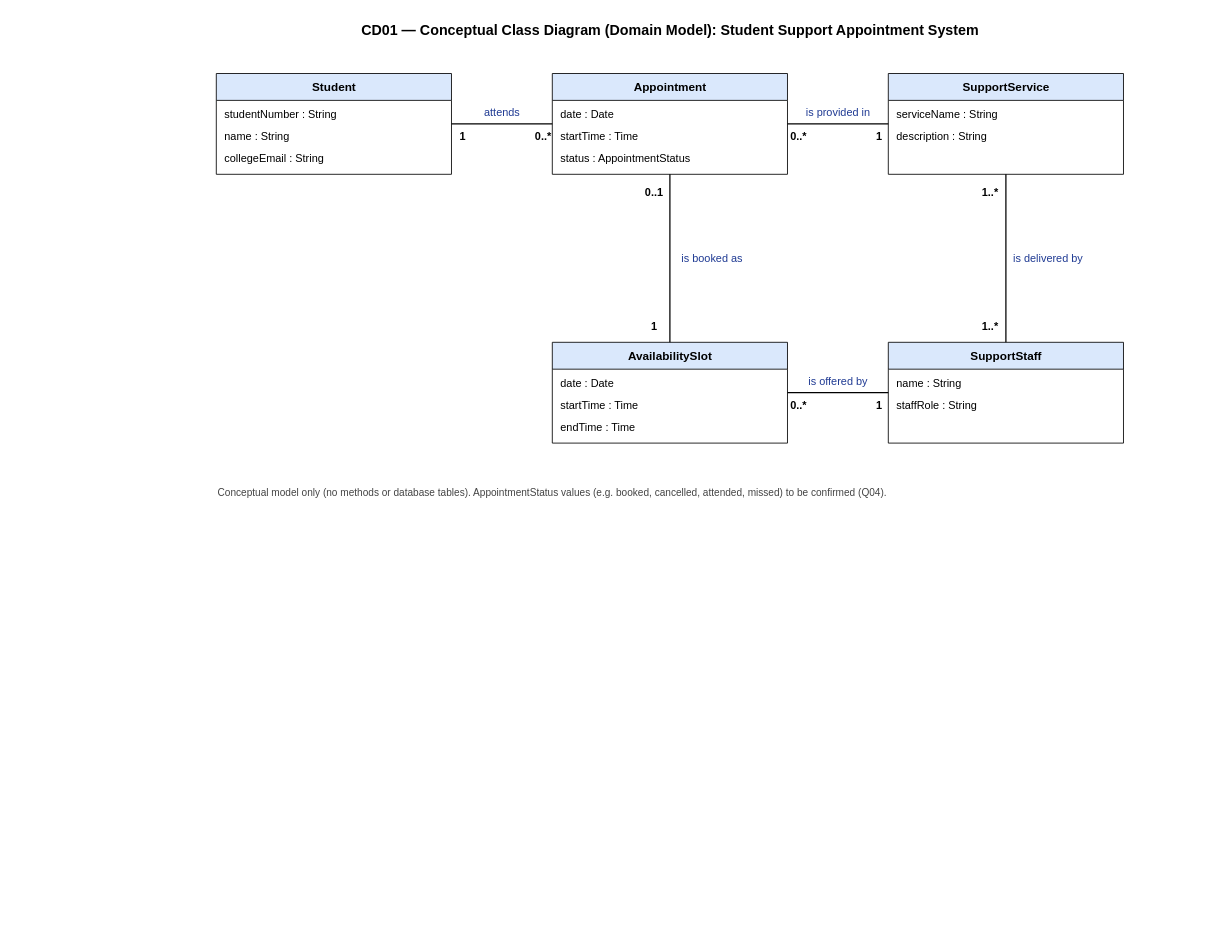
Earlier version of the draw.io diagram project/diagrams/CD01-class-diagram.drawio (ahhsurelookit/Requirements-Engineering-Project). Source tidied: cells renumbered, new cells numbered last; positions are measured from the earlier drawing's top-left corner, leaving out a move shared by most shapes. Both pictures are drawn from the tidied source at 84%, with x=0, y=0 at pixel (216, 14).
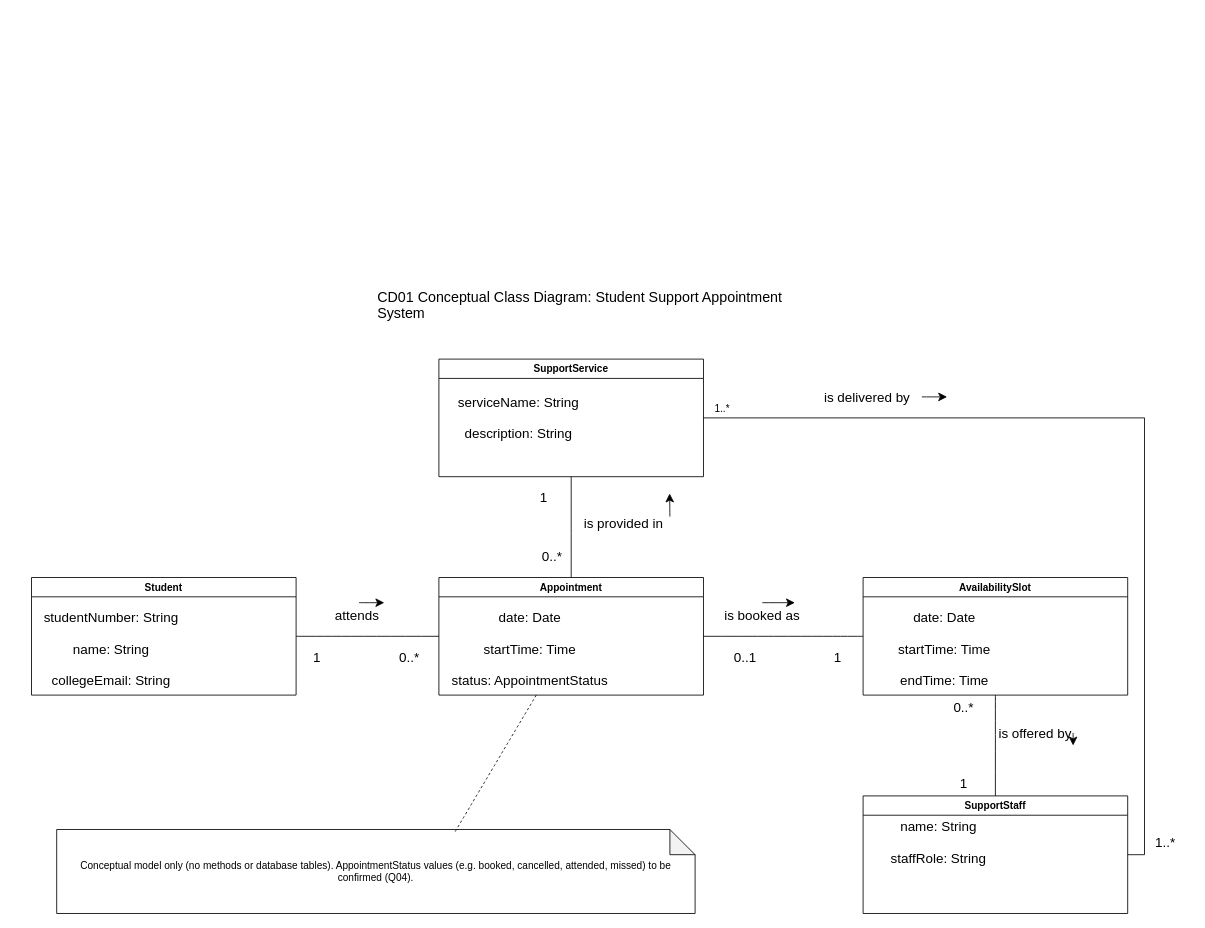
The same page after the edit.

Change to the diagram source:
```diff
@@
-    <mxCell id="2" value="CD01 — Conceptual Class Diagram (Domain Model): Student Support Appointment System" style="text;html=1;align=center;verticalAlign=middle;fontStyle=1;fontSize=17;" parent="1" vertex="1">
-      <mxGeometry width="1080" height="40" as="geometry" />
-    </mxCell>
+    <mxCell id="37" style="edgeStyle=none;curved=1;rounded=0;curveGeometry=1;jettySize=auto;html=1;entryX=0.5;entryY=0;entryDx=0;entryDy=0;fontSize=12;defaultLabelBackgroundColor=page;labelPadding=0 4;startSize=8;endSize=8;endArrow=none;endFill=0;fontColor=default;" parent="1" edge="1" source="11" target="7">
+      <mxGeometry relative="1" as="geometry" />
+    </mxCell>
+    <mxCell id="38" style="edgeStyle=orthogonalEdgeStyle;rounded=0;jettySize=auto;html=1;fontSize=12;defaultLabelBackgroundColor=page;labelPadding=0 4;startSize=8;endSize=8;entryX=1;entryY=0.5;entryDx=0;entryDy=0;fontColor=default;endArrow=none;endFill=0;" parent="1" edge="1" source="11" target="18">
+      <mxGeometry x="-0.43" relative="1" as="geometry" />
+    </mxCell>
+    <mxCell id="39" value="1..*" style="edgeLabel;html=1;align=center;verticalAlign=middle;inheritText=1;fontSize=12;defaultLabelBackgroundColor=page;labelPadding=0 4;" parent="38" vertex="1">
+      <mxGeometry x="-0.96" y="11" relative="1" as="geometry" />
+    </mxCell>
+    <mxCell id="11" value="SupportService" style="swimlane;whiteSpace=wrap;html=1;labelBackgroundColor=none;" parent="1" vertex="1">
+      <mxGeometry x="265" y="410" width="315" height="140" as="geometry" />
+    </mxCell>
+    <mxCell id="40" value="serviceName: String&lt;div&gt;&lt;br&gt;&lt;/div&gt;&lt;div&gt;description: String&lt;/div&gt;" style="text;html=1;whiteSpace=wrap;strokeColor=none;fillColor=none;align=center;verticalAlign=middle;rounded=0;fontSize=16;labelBackgroundColor=none;" parent="11" vertex="1">
+      <mxGeometry x="15" y="55" width="160" height="30" as="geometry" />
+    </mxCell>
+    <mxCell id="41" style="edgeStyle=none;curved=1;rounded=0;curveGeometry=1;jettySize=auto;html=1;entryX=1;entryY=0.5;entryDx=0;entryDy=0;fontSize=12;defaultLabelBackgroundColor=page;labelPadding=0 4;startSize=8;endSize=8;endArrow=none;endFill=0;fontColor=default;" parent="1" edge="1" source="14" target="7">
+      <mxGeometry relative="1" as="geometry" />
+    </mxCell>
+    <mxCell id="42" style="edgeStyle=none;curved=1;rounded=0;curveGeometry=1;jettySize=auto;html=1;entryX=0.5;entryY=0;entryDx=0;entryDy=0;fontSize=12;defaultLabelBackgroundColor=page;labelPadding=0 4;startSize=8;endSize=8;endArrow=none;endFill=0;fontColor=default;" parent="1" edge="1" source="14" target="18">
+      <mxGeometry relative="1" as="geometry" />
+    </mxCell>
+    <mxCell id="14" value="AvailabilitySlot" style="swimlane;whiteSpace=wrap;html=1;labelBackgroundColor=none;" parent="1" vertex="1">
+      <mxGeometry x="770" y="670" width="315" height="140" as="geometry" />
+    </mxCell>
+    <mxCell id="43" value="date: Date&lt;div&gt;&lt;br&gt;&lt;/div&gt;&lt;div&gt;startTime: Time&lt;/div&gt;&lt;div&gt;&lt;br&gt;&lt;/div&gt;&lt;div&gt;endTime: Time&lt;/div&gt;" style="text;html=1;whiteSpace=wrap;strokeColor=none;fillColor=none;align=center;verticalAlign=middle;rounded=0;fontSize=16;labelBackgroundColor=none;" parent="14" vertex="1">
+      <mxGeometry x="17" y="70" width="160" height="30" as="geometry" />
+    </mxCell>
+    <mxCell id="7" value="Appointment" style="swimlane;whiteSpace=wrap;html=1;labelBackgroundColor=none;" parent="1" vertex="1">
+      <mxGeometry x="265" y="670" width="315" height="140" as="geometry" />
+    </mxCell>
+    <mxCell id="44" value="date: Date&lt;div&gt;&lt;br&gt;&lt;/div&gt;&lt;div&gt;startTime: Time&lt;/div&gt;&lt;div&gt;&lt;br&gt;&lt;/div&gt;&lt;div&gt;status: AppointmentStatus&lt;/div&gt;" style="text;html=1;whiteSpace=wrap;strokeColor=none;fillColor=none;align=center;verticalAlign=middle;rounded=0;fontSize=16;labelBackgroundColor=none;" parent="7" vertex="1">
+      <mxGeometry x="-19" y="70" width="255" height="30" as="geometry" />
+    </mxCell>
+    <mxCell id="21" style="edgeStyle=none;curved=1;rounded=0;curveGeometry=1;jettySize=auto;html=1;entryX=0;entryY=0.5;entryDx=0;entryDy=0;fontSize=12;defaultLabelBackgroundColor=page;labelPadding=0 4;startSize=8;endSize=8;endArrow=none;endFill=0;fontColor=default;" parent="1" edge="1" source="3" target="7">
+      <mxGeometry relative="1" as="geometry" />
+    </mxCell>
-    <mxCell id="3" value="Student" style="swimlane;html=1;fontStyle=1;fontSize=14;align=center;startSize=32;fillColor=#dae8fc;strokeColor=#000000;swimlaneFillColor=#ffffff;" parent="1" vertex="1">
-      <mxGeometry y="70" width="280" height="120" as="geometry" />
+    <mxCell id="3" value="Student" style="swimlane;whiteSpace=wrap;html=1;labelBackgroundColor=none;" parent="1" vertex="1">
+      <mxGeometry x="-220" y="670" width="315" height="140" as="geometry" />
     </mxCell>
-    <mxCell id="4" value="studentNumber : String" style="text;html=1;strokeColor=none;fillColor=none;align=left;verticalAlign=middle;spacingLeft=8;fontSize=13;" parent="3" vertex="1">
-      <mxGeometry y="36" width="280" height="26" as="geometry" />
-    </mxCell>
-    <mxCell id="5" value="name : String" style="text;html=1;strokeColor=none;fillColor=none;align=left;verticalAlign=middle;spacingLeft=8;fontSize=13;" parent="3" vertex="1">
-      <mxGeometry y="62" width="280" height="26" as="geometry" />
-    </mxCell>
-    <mxCell id="6" value="collegeEmail : String" style="text;html=1;strokeColor=none;fillColor=none;align=left;verticalAlign=middle;spacingLeft=8;fontSize=13;" parent="3" vertex="1">
-      <mxGeometry y="88" width="280" height="26" as="geometry" />
-    </mxCell>
-    <mxCell id="7" value="Appointment" style="swimlane;html=1;fontStyle=1;fontSize=14;align=center;startSize=32;fillColor=#dae8fc;strokeColor=#000000;swimlaneFillColor=#ffffff;" parent="1" vertex="1">
-      <mxGeometry x="400" y="70" width="280" height="120" as="geometry" />
-    </mxCell>
-    <mxCell id="8" value="date : Date" style="text;html=1;strokeColor=none;fillColor=none;align=left;verticalAlign=middle;spacingLeft=8;fontSize=13;" parent="7" vertex="1">
-      <mxGeometry y="36" width="280" height="26" as="geometry" />
-    </mxCell>
-    <mxCell id="9" value="startTime : Time" style="text;html=1;strokeColor=none;fillColor=none;align=left;verticalAlign=middle;spacingLeft=8;fontSize=13;" parent="7" vertex="1">
-      <mxGeometry y="62" width="280" height="26" as="geometry" />
-    </mxCell>
-    <mxCell id="10" value="status : AppointmentStatus" style="text;html=1;strokeColor=none;fillColor=none;align=left;verticalAlign=middle;spacingLeft=8;fontSize=13;" parent="7" vertex="1">
-      <mxGeometry y="88" width="280" height="26" as="geometry" />
-    </mxCell>
-    <mxCell id="11" value="SupportService" style="swimlane;html=1;fontStyle=1;fontSize=14;align=center;startSize=32;fillColor=#dae8fc;strokeColor=#000000;swimlaneFillColor=#ffffff;" parent="1" vertex="1">
-      <mxGeometry x="800" y="70" width="280" height="120" as="geometry" />
-    </mxCell>
-    <mxCell id="12" value="serviceName : String" style="text;html=1;strokeColor=none;fillColor=none;align=left;verticalAlign=middle;spacingLeft=8;fontSize=13;" parent="11" vertex="1">
-      <mxGeometry y="36" width="280" height="26" as="geometry" />
-    </mxCell>
-    <mxCell id="13" value="description : String" style="text;html=1;strokeColor=none;fillColor=none;align=left;verticalAlign=middle;spacingLeft=8;fontSize=13;" parent="11" vertex="1">
-      <mxGeometry y="62" width="280" height="26" as="geometry" />
-    </mxCell>
-    <mxCell id="14" value="AvailabilitySlot" style="swimlane;html=1;fontStyle=1;fontSize=14;align=center;startSize=32;fillColor=#dae8fc;strokeColor=#000000;swimlaneFillColor=#ffffff;" parent="1" vertex="1">
-      <mxGeometry x="400" y="390" width="280" height="120" as="geometry" />
-    </mxCell>
-    <mxCell id="15" value="date : Date" style="text;html=1;strokeColor=none;fillColor=none;align=left;verticalAlign=middle;spacingLeft=8;fontSize=13;" parent="14" vertex="1">
-      <mxGeometry y="36" width="280" height="26" as="geometry" />
-    </mxCell>
-    <mxCell id="16" value="startTime : Time" style="text;html=1;strokeColor=none;fillColor=none;align=left;verticalAlign=middle;spacingLeft=8;fontSize=13;" parent="14" vertex="1">
-      <mxGeometry y="62" width="280" height="26" as="geometry" />
-    </mxCell>
-    <mxCell id="17" value="endTime : Time" style="text;html=1;strokeColor=none;fillColor=none;align=left;verticalAlign=middle;spacingLeft=8;fontSize=13;" parent="14" vertex="1">
-      <mxGeometry y="88" width="280" height="26" as="geometry" />
-    </mxCell>
+    <mxCell id="45" value="studentNumber: String&lt;div&gt;&lt;br&gt;&lt;/div&gt;&lt;div&gt;name: String&lt;/div&gt;&lt;div&gt;&lt;br&gt;&lt;/div&gt;&lt;div&gt;collegeEmail: String&lt;/div&gt;" style="text;html=1;whiteSpace=wrap;strokeColor=none;fillColor=none;align=center;verticalAlign=middle;rounded=0;fontSize=16;labelBackgroundColor=none;" parent="3" vertex="1">
+      <mxGeometry x="-20" y="70" width="230" height="30" as="geometry" />
+    </mxCell>
-    <mxCell id="18" value="SupportStaff" style="swimlane;html=1;fontStyle=1;fontSize=14;align=center;startSize=32;fillColor=#dae8fc;strokeColor=#000000;swimlaneFillColor=#ffffff;" parent="1" vertex="1">
-      <mxGeometry x="800" y="390" width="280" height="120" as="geometry" />
+    <mxCell id="18" value="SupportStaff" style="swimlane;whiteSpace=wrap;html=1;labelBackgroundColor=none;" parent="1" vertex="1">
+      <mxGeometry x="770" y="930" width="315" height="140" as="geometry" />
     </mxCell>
-    <mxCell id="19" value="name : String" style="text;html=1;strokeColor=none;fillColor=none;align=left;verticalAlign=middle;spacingLeft=8;fontSize=13;" parent="18" vertex="1">
-      <mxGeometry y="36" width="280" height="26" as="geometry" />
-    </mxCell>
-    <mxCell id="20" value="staffRole : String" style="text;html=1;strokeColor=none;fillColor=none;align=left;verticalAlign=middle;spacingLeft=8;fontSize=13;" parent="18" vertex="1">
-      <mxGeometry y="62" width="280" height="26" as="geometry" />
-    </mxCell>
-    <mxCell id="21" value="attends" style="endArrow=none;startArrow=none;html=1;rounded=0;strokeWidth=1.5;fontSize=13;fontColor=#1f3a93;labelBackgroundColor=#ffffff;exitX=1;exitY=0.5;exitDx=0;exitDy=0;entryX=0;entryY=0.5;entryDx=0;entryDy=0;" parent="1" edge="1" source="3" target="7">
-      <mxGeometry relative="1" as="geometry">
-        <mxPoint y="-14" as="offset" />
-      </mxGeometry>
-    </mxCell>
-    <mxCell id="22" value="1" style="edgeLabel;html=1;align=center;verticalAlign=middle;fontStyle=1;fontSize=13;labelBackgroundColor=none;" parent="21" vertex="1">
-      <mxGeometry x="-0.8" relative="1" as="geometry">
-        <mxPoint y="14" as="offset" />
-      </mxGeometry>
-    </mxCell>
-    <mxCell id="23" value="0..*" style="edgeLabel;html=1;align=center;verticalAlign=middle;fontStyle=1;fontSize=13;labelBackgroundColor=none;" parent="21" vertex="1">
-      <mxGeometry x="0.8" relative="1" as="geometry">
-        <mxPoint y="14" as="offset" />
-      </mxGeometry>
-    </mxCell>
+    <mxCell id="46" value="name: String&lt;div&gt;&lt;br&gt;&lt;/div&gt;&lt;div&gt;staffRole: String&lt;/div&gt;" style="text;html=1;whiteSpace=wrap;strokeColor=none;fillColor=none;align=center;verticalAlign=middle;rounded=0;fontSize=16;labelBackgroundColor=none;" parent="1" vertex="1">
+      <mxGeometry x="780" y="970" width="160" height="30" as="geometry" />
+    </mxCell>
+    <mxCell id="36" value="Conceptual model only (no methods or database tables). AppointmentStatus values (e.g. booked, cancelled, attended, missed) to be confirmed (Q04)." style="shape=note;whiteSpace=wrap;html=1;backgroundOutline=1;darkOpacity=0.05;labelBackgroundColor=none;" parent="1" vertex="1">
+      <mxGeometry x="-190" y="970" width="760" height="100" as="geometry" />
+    </mxCell>
+    <mxCell id="47" value="attend&lt;span style=&quot;background-color: transparent; color: light-dark(#000000, var(--ge-light-color, #ffffff));&quot;&gt;s&amp;nbsp;&lt;/span&gt;" style="text;html=1;whiteSpace=wrap;strokeColor=none;fillColor=none;align=center;verticalAlign=middle;rounded=0;fontSize=16;labelBackgroundColor=none;" parent="1" vertex="1">
+      <mxGeometry x="140" y="700" width="60" height="30" as="geometry" />
+    </mxCell>
+    <mxCell id="48" style="edgeStyle=orthogonalEdgeStyle;curved=1;rounded=0;curveGeometry=1;orthogonalLoop=1;jettySize=auto;html=1;innerLoopWaypoints=1;exitX=0.5;exitY=0;exitDx=0;exitDy=0;entryX=1;entryY=0;entryDx=0;entryDy=0;fontSize=12;defaultLabelBackgroundColor=page;labelPadding=0 4;startSize=8;endSize=8;fontColor=default;" parent="1" edge="1" source="47" target="47">
+      <mxGeometry relative="1" as="geometry" />
+    </mxCell>
+    <mxCell id="49" style="edgeStyle=none;curved=1;rounded=0;curveGeometry=1;jettySize=auto;html=1;exitX=1;exitY=0.25;exitDx=0;exitDy=0;fontSize=12;defaultLabelBackgroundColor=page;labelPadding=0 4;startSize=8;endSize=8;fontColor=default;" parent="1" edge="1" source="24">
+      <mxGeometry relative="1" as="geometry">
+        <mxPoint x="539.7" y="570" as="targetPoint" />
+      </mxGeometry>
+    </mxCell>
-    <mxCell id="24" value="is provided in" style="endArrow=none;startArrow=none;html=1;rounded=0;strokeWidth=1.5;fontSize=13;fontColor=#1f3a93;labelBackgroundColor=#ffffff;exitX=1;exitY=0.5;exitDx=0;exitDy=0;entryX=0;entryY=0.5;entryDx=0;entryDy=0;" parent="1" edge="1" source="7" target="11">
-      <mxGeometry relative="1" as="geometry">
-        <mxPoint y="-14" as="offset" />
-      </mxGeometry>
+    <mxCell id="24" value="is provided in" style="text;html=1;whiteSpace=wrap;strokeColor=none;fillColor=none;align=center;verticalAlign=middle;rounded=0;fontSize=16;labelBackgroundColor=none;" parent="1" vertex="1">
+      <mxGeometry x="430" y="590" width="110" height="30" as="geometry" />
     </mxCell>
-    <mxCell id="25" value="0..*" style="edgeLabel;html=1;align=center;verticalAlign=middle;fontStyle=1;fontSize=13;labelBackgroundColor=none;" parent="24" vertex="1">
-      <mxGeometry x="-0.8" relative="1" as="geometry">
-        <mxPoint y="14" as="offset" />
-      </mxGeometry>
-    </mxCell>
-    <mxCell id="26" value="1" style="edgeLabel;html=1;align=center;verticalAlign=middle;fontStyle=1;fontSize=13;labelBackgroundColor=none;" parent="24" vertex="1">
-      <mxGeometry x="0.8" relative="1" as="geometry">
-        <mxPoint y="14" as="offset" />
-      </mxGeometry>
-    </mxCell>
-    <mxCell id="27" value="is booked as" style="endArrow=none;startArrow=none;html=1;rounded=0;strokeWidth=1.5;fontSize=13;fontColor=#1f3a93;labelBackgroundColor=#ffffff;exitX=0.5;exitY=1;exitDx=0;exitDy=0;entryX=0.5;entryY=0;entryDx=0;entryDy=0;" parent="1" edge="1" source="7" target="14">
-      <mxGeometry relative="1" as="geometry">
-        <mxPoint x="50" as="offset" />
-      </mxGeometry>
+    <mxCell id="27" value="is booked as" style="text;html=1;whiteSpace=wrap;strokeColor=none;fillColor=none;align=center;verticalAlign=middle;rounded=0;fontSize=16;labelBackgroundColor=none;" parent="1" vertex="1">
+      <mxGeometry x="600" y="700" width="100" height="30" as="geometry" />
     </mxCell>
+    <mxCell id="50" style="edgeStyle=orthogonalEdgeStyle;curved=1;rounded=0;curveGeometry=1;orthogonalLoop=1;jettySize=auto;html=1;innerLoopWaypoints=1;exitX=0.5;exitY=0;exitDx=0;exitDy=0;entryX=0.888;entryY=-0.021;entryDx=0;entryDy=0;entryPerimeter=0;fontSize=12;defaultLabelBackgroundColor=page;labelPadding=0 4;startSize=8;endSize=8;fontColor=default;" parent="1" edge="1" source="27" target="27">
+      <mxGeometry relative="1" as="geometry" />
+    </mxCell>
+    <mxCell id="30" value="is offered by" style="text;html=1;whiteSpace=wrap;strokeColor=none;fillColor=none;align=center;verticalAlign=middle;rounded=0;fontSize=16;labelBackgroundColor=none;" parent="1" vertex="1">
+      <mxGeometry x="930" y="840" width="90" height="30" as="geometry" />
+    </mxCell>
+    <mxCell id="51" style="edgeStyle=orthogonalEdgeStyle;curved=1;rounded=0;curveGeometry=1;orthogonalLoop=1;jettySize=auto;html=1;innerLoopWaypoints=1;exitX=1;exitY=0.5;exitDx=0;exitDy=0;entryX=1;entryY=1;entryDx=0;entryDy=0;fontSize=12;defaultLabelBackgroundColor=page;labelPadding=0 4;startSize=8;endSize=8;fontColor=default;" parent="1" edge="1" source="30" target="30">
+      <mxGeometry relative="1" as="geometry" />
+    </mxCell>
+    <mxCell id="52" value="1" style="text;html=1;whiteSpace=wrap;strokeColor=none;fillColor=none;align=center;verticalAlign=middle;rounded=0;fontSize=16;labelBackgroundColor=none;" parent="1" vertex="1">
+      <mxGeometry x="860" y="900" width="60" height="30" as="geometry" />
+    </mxCell>
+    <mxCell id="53" value="0..*" style="text;html=1;whiteSpace=wrap;strokeColor=none;fillColor=none;align=center;verticalAlign=middle;rounded=0;fontSize=16;labelBackgroundColor=none;" parent="1" vertex="1">
+      <mxGeometry x="860" y="810" width="60" height="30" as="geometry" />
+    </mxCell>
+    <mxCell id="54" value="0..*" style="text;html=1;whiteSpace=wrap;strokeColor=none;fillColor=none;align=center;verticalAlign=middle;rounded=0;fontSize=16;labelBackgroundColor=none;" parent="1" vertex="1">
+      <mxGeometry x="200" y="750" width="60" height="30" as="geometry" />
+    </mxCell>
+    <mxCell id="55" value="0..*" style="text;html=1;whiteSpace=wrap;strokeColor=none;fillColor=none;align=center;verticalAlign=middle;rounded=0;fontSize=16;labelBackgroundColor=none;" parent="1" vertex="1">
+      <mxGeometry x="370" y="630" width="60" height="30" as="geometry" />
+    </mxCell>
-    <mxCell id="28" value="0..1" style="edgeLabel;html=1;align=center;verticalAlign=middle;fontStyle=1;fontSize=13;labelBackgroundColor=none;" parent="27" vertex="1">
-      <mxGeometry x="-0.8" relative="1" as="geometry">
-        <mxPoint x="-20" as="offset" />
-      </mxGeometry>
+    <mxCell id="28" value="0..1" style="text;html=1;whiteSpace=wrap;strokeColor=none;fillColor=none;align=center;verticalAlign=middle;rounded=0;fontSize=16;labelBackgroundColor=none;" parent="1" vertex="1">
+      <mxGeometry x="600" y="750" width="60" height="30" as="geometry" />
     </mxCell>
-    <mxCell id="29" value="1" style="edgeLabel;html=1;align=center;verticalAlign=middle;fontStyle=1;fontSize=13;labelBackgroundColor=none;" parent="27" vertex="1">
-      <mxGeometry x="0.8" relative="1" as="geometry">
-        <mxPoint x="-20" as="offset" />
-      </mxGeometry>
-    </mxCell>
-    <mxCell id="30" value="is offered by" style="endArrow=none;startArrow=none;html=1;rounded=0;strokeWidth=1.5;fontSize=13;fontColor=#1f3a93;labelBackgroundColor=#ffffff;exitX=1;exitY=0.5;exitDx=0;exitDy=0;entryX=0;entryY=0.5;entryDx=0;entryDy=0;" parent="1" edge="1" source="14" target="18">
-      <mxGeometry relative="1" as="geometry">
-        <mxPoint y="-14" as="offset" />
-      </mxGeometry>
-    </mxCell>
-    <mxCell id="31" value="0..*" style="edgeLabel;html=1;align=center;verticalAlign=middle;fontStyle=1;fontSize=13;labelBackgroundColor=none;" parent="30" vertex="1">
-      <mxGeometry x="-0.8" relative="1" as="geometry">
-        <mxPoint y="14" as="offset" />
-      </mxGeometry>
-    </mxCell>
-    <mxCell id="32" value="1" style="edgeLabel;html=1;align=center;verticalAlign=middle;fontStyle=1;fontSize=13;labelBackgroundColor=none;" parent="30" vertex="1">
-      <mxGeometry x="0.8" relative="1" as="geometry">
-        <mxPoint y="14" as="offset" />
-      </mxGeometry>
-    </mxCell>
+    <mxCell id="56" value="1" style="text;html=1;whiteSpace=wrap;strokeColor=none;fillColor=none;align=center;verticalAlign=middle;rounded=0;fontSize=16;labelBackgroundColor=none;" parent="1" vertex="1">
+      <mxGeometry x="710" y="750" width="60" height="30" as="geometry" />
+    </mxCell>
+    <mxCell id="57" value="1" style="text;html=1;whiteSpace=wrap;strokeColor=none;fillColor=none;align=center;verticalAlign=middle;rounded=0;fontSize=16;labelBackgroundColor=none;" parent="1" vertex="1">
+      <mxGeometry x="90" y="750" width="60" height="30" as="geometry" />
+    </mxCell>
+    <mxCell id="58" value="1" style="text;html=1;whiteSpace=wrap;strokeColor=none;fillColor=none;align=center;verticalAlign=middle;rounded=0;fontSize=16;labelBackgroundColor=none;" parent="1" vertex="1">
+      <mxGeometry x="360" y="560" width="60" height="30" as="geometry" />
+    </mxCell>
+    <mxCell id="59" style="edgeStyle=none;curved=1;rounded=0;curveGeometry=1;jettySize=auto;html=1;entryX=0.624;entryY=0.027;entryDx=0;entryDy=0;entryPerimeter=0;fontSize=12;defaultLabelBackgroundColor=page;labelPadding=0 4;startSize=8;endSize=8;endArrow=none;endFill=0;dashed=1;fontColor=default;" parent="1" edge="1" source="7" target="36">
+      <mxGeometry relative="1" as="geometry" />
+    </mxCell>
+    <mxCell id="60" style="edgeStyle=none;curved=1;rounded=0;curveGeometry=1;jettySize=auto;html=1;exitX=1;exitY=0.5;exitDx=0;exitDy=0;fontSize=12;defaultLabelBackgroundColor=page;labelPadding=0 4;startSize=8;endSize=8;" parent="1" edge="1" source="33">
+      <mxGeometry relative="1" as="geometry">
+        <mxPoint x="870" y="455" as="targetPoint" />
+      </mxGeometry>
+    </mxCell>
-    <mxCell id="33" value="is delivered by" style="endArrow=none;startArrow=none;html=1;rounded=0;strokeWidth=1.5;fontSize=13;fontColor=#1f3a93;labelBackgroundColor=#ffffff;exitX=0.5;exitY=1;exitDx=0;exitDy=0;entryX=0.5;entryY=0;entryDx=0;entryDy=0;" parent="1" edge="1" source="11" target="18">
-      <mxGeometry relative="1" as="geometry">
-        <mxPoint x="50" as="offset" />
-      </mxGeometry>
+    <mxCell id="33" value="is delivered by" style="text;html=1;whiteSpace=wrap;strokeColor=none;fillColor=none;align=center;verticalAlign=middle;rounded=0;fontSize=16;labelBackgroundColor=none;" parent="1" vertex="1">
+      <mxGeometry x="710" y="440" width="130" height="30" as="geometry" />
     </mxCell>
-    <mxCell id="34" value="1..*" style="edgeLabel;html=1;align=center;verticalAlign=middle;fontStyle=1;fontSize=13;labelBackgroundColor=none;" parent="33" vertex="1">
-      <mxGeometry x="-0.8" relative="1" as="geometry">
-        <mxPoint x="-20" as="offset" />
-      </mxGeometry>
-    </mxCell>
-    <mxCell id="35" value="1..*" style="edgeLabel;html=1;align=center;verticalAlign=middle;fontStyle=1;fontSize=13;labelBackgroundColor=none;" parent="33" vertex="1">
-      <mxGeometry x="0.8" relative="1" as="geometry">
-        <mxPoint x="-20" as="offset" />
-      </mxGeometry>
-    </mxCell>
-    <mxCell id="36" value="Conceptual model only (no methods or database tables). AppointmentStatus values (e.g. booked, cancelled, attended, missed) to be confirmed (Q04)." style="text;html=1;align=left;verticalAlign=middle;fontSize=12;fontColor=#444444;" parent="1" vertex="1">
-      <mxGeometry y="555" width="1080" height="30" as="geometry" />
-    </mxCell>
+    <mxCell id="61" value="CD01 Conceptual Class Diagram: Student Support Appointment System" style="text;whiteSpace=wrap;labelBackgroundColor=none;fontSize=17;" parent="1" vertex="1">
+      <mxGeometry x="190" y="320" width="490" height="40" as="geometry" />
+    </mxCell>
+    <mxCell id="62" value="1..*" style="text;html=1;whiteSpace=wrap;strokeColor=none;fillColor=none;align=center;verticalAlign=middle;rounded=0;fontSize=16;" parent="1" vertex="1">
+      <mxGeometry x="1100" y="970" width="60" height="30" as="geometry" />
+    </mxCell>
```
